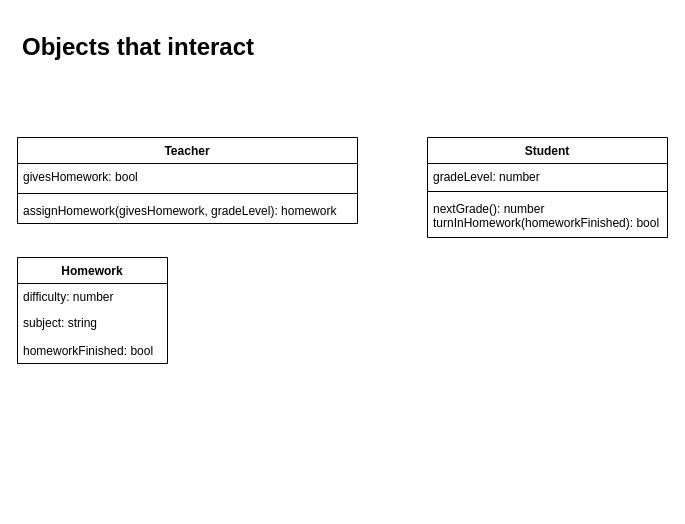
Above: page "Objects that interact" (2 of 2) of CSCS1240Notes.drawio in patrick965/CSCS1240S21 (draw.io), before the change. Source tidied: cells renumbered, new cells numbered last; positions are measured from the earlier drawing's top-left corner, leaving out a move shared by most shapes. Both pictures are drawn from the tidied source at 100%, with x=0, y=0 at pixel (17, 27).
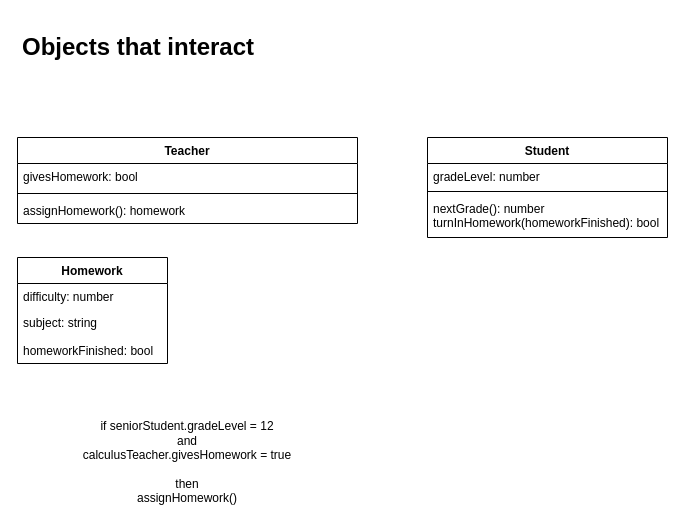
The same diagram, later.

Diff of the diagram source:
```diff
@@
 <mxGraphModel>
   <root>
     <mxCell id="0" />
     <mxCell id="1" parent="0" />
     <mxCell id="2" value="&lt;h1&gt;Objects that interact&lt;/h1&gt;" style="text;html=1;strokeColor=none;fillColor=none;spacing=5;spacingTop=-20;whiteSpace=wrap;overflow=hidden;rounded=0;" parent="1" vertex="1">
       <mxGeometry width="250" height="40" as="geometry" />
     </mxCell>
     <mxCell id="3" value="Teacher" style="swimlane;fontStyle=1;align=center;verticalAlign=top;horizontal=1;startSize=26;" parent="1" vertex="1">
       <mxGeometry y="110" width="340" height="86" as="geometry" />
     </mxCell>
     <mxCell id="4" value="givesHomework: bool" style="text;strokeColor=none;fillColor=none;align=left;verticalAlign=top;spacingLeft=4;spacingRight=4;overflow=hidden;" parent="3" vertex="1">
       <mxGeometry y="26" width="340" height="26" as="geometry" />
     </mxCell>
     <mxCell id="5" style="line;strokeWidth=1;fillColor=none;align=left;verticalAlign=middle;spacingTop=-1;spacingLeft=3;spacingRight=3;labelPosition=right;" parent="3" vertex="1">
       <mxGeometry y="52" width="340" height="8" as="geometry" />
     </mxCell>
-    <mxCell id="6" value="assignHomework(givesHomework, gradeLevel): homework" style="text;strokeColor=none;fillColor=none;align=left;verticalAlign=top;spacingLeft=4;spacingRight=4;overflow=hidden;" parent="3" vertex="1">
+    <mxCell id="6" value="assignHomework(): homework" style="text;strokeColor=none;fillColor=none;align=left;verticalAlign=top;spacingLeft=4;spacingRight=4;overflow=hidden;" parent="3" vertex="1">
       <mxGeometry y="60" width="340" height="26" as="geometry" />
     </mxCell>
     <mxCell id="7" value="Student" style="swimlane;fontStyle=1;align=center;verticalAlign=top;horizontal=1;startSize=26;" parent="1" vertex="1">
       <mxGeometry x="410" y="110" width="240" height="100" as="geometry" />
     </mxCell>
     <mxCell id="8" value="gradeLevel: number" style="text;strokeColor=none;fillColor=none;align=left;verticalAlign=top;spacingLeft=4;spacingRight=4;overflow=hidden;" parent="7" vertex="1">
       <mxGeometry y="26" width="240" height="24" as="geometry" />
     </mxCell>
     <mxCell id="9" style="line;strokeWidth=1;fillColor=none;align=left;verticalAlign=middle;spacingTop=-1;spacingLeft=3;spacingRight=3;labelPosition=right;" parent="7" vertex="1">
       <mxGeometry y="50" width="240" height="8" as="geometry" />
     </mxCell>
     <mxCell id="10" value="nextGrade(): number&#10;turnInHomework(homeworkFinished): bool" style="text;strokeColor=none;fillColor=none;align=left;verticalAlign=top;spacingLeft=4;spacingRight=4;overflow=hidden;" parent="7" vertex="1">
       <mxGeometry y="58" width="240" height="42" as="geometry" />
     </mxCell>
     <mxCell id="11" value="Homework" style="swimlane;fontStyle=1;horizontal=1;startSize=26;fillColor=none;" parent="1" vertex="1">
       <mxGeometry y="230" width="150" height="106" as="geometry" />
     </mxCell>
     <mxCell id="12" value="difficulty: number" style="text;strokeColor=none;fillColor=none;align=left;verticalAlign=top;spacingLeft=4;spacingRight=4;overflow=hidden;" parent="11" vertex="1">
       <mxGeometry y="26" width="150" height="26" as="geometry" />
     </mxCell>
     <mxCell id="13" value="subject: string" style="text;strokeColor=none;fillColor=none;align=left;verticalAlign=top;spacingLeft=4;spacingRight=4;overflow=hidden;" parent="11" vertex="1">
       <mxGeometry y="52" width="150" height="28" as="geometry" />
     </mxCell>
     <mxCell id="14" value="homeworkFinished: bool" style="text;strokeColor=none;fillColor=none;align=left;verticalAlign=top;spacingLeft=4;spacingRight=4;overflow=hidden;" parent="11" vertex="1">
       <mxGeometry y="80" width="150" height="26" as="geometry" />
     </mxCell>
+    <mxCell id="15" value="if seniorStudent.gradeLevel = 12&lt;br&gt;and&lt;br&gt;calculusTeacher.givesHomework = true&lt;br&gt;&lt;br&gt;then&lt;br&gt;assignHomework()" style="text;html=1;strokeColor=none;fillColor=none;align=center;verticalAlign=middle;whiteSpace=wrap;rounded=0;" parent="1" vertex="1">
+      <mxGeometry y="390" width="340" height="90" as="geometry" />
+    </mxCell>
   </root>
 </mxGraphModel>
```
